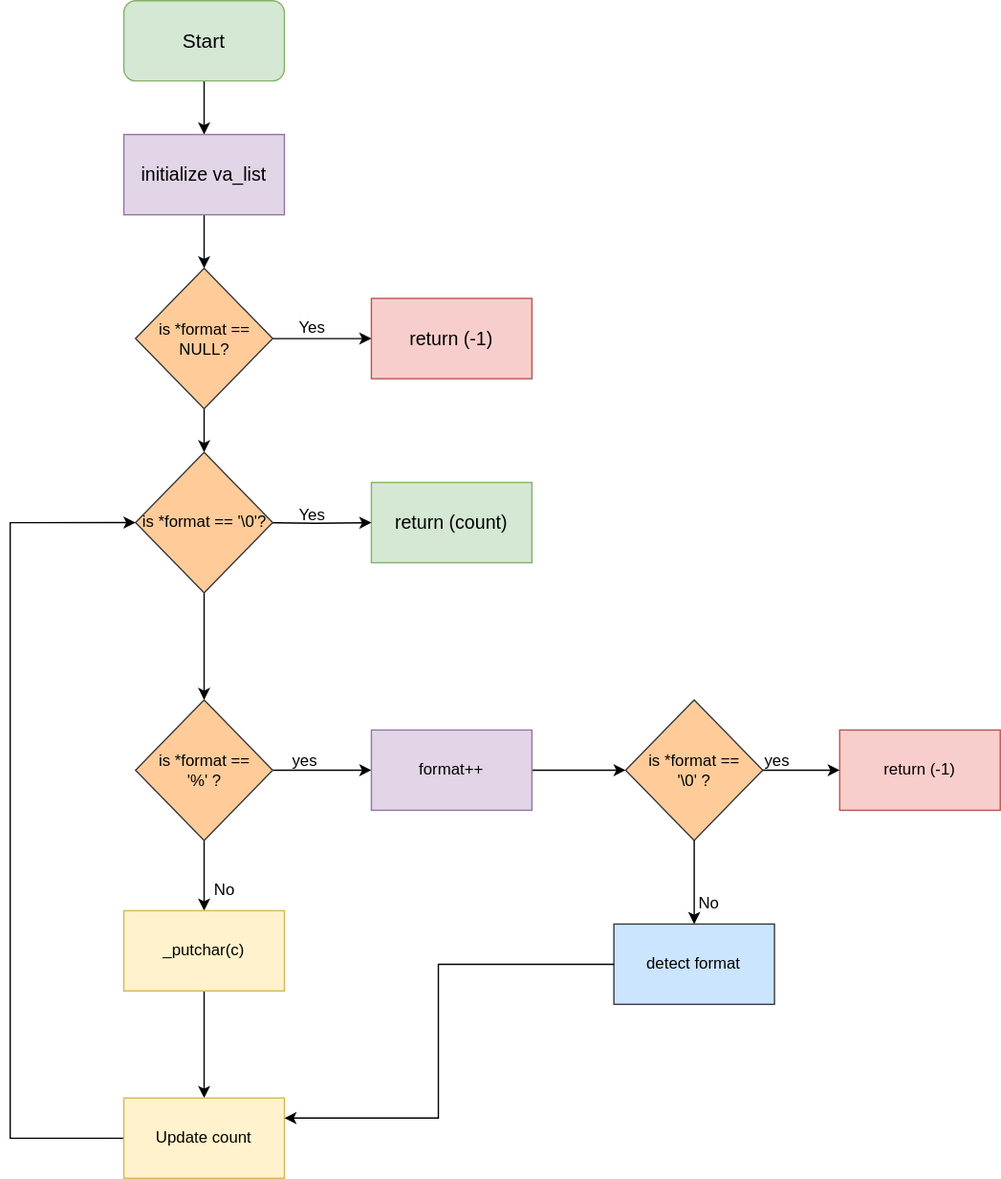
This is printf.svg from davehypercodes/printf, a draw.io export, as it was before one commit. Source tidied: cells renumbered, new cells last; positions are measured from the earlier drawing's top-left corner, leaving out a move shared by most shapes.
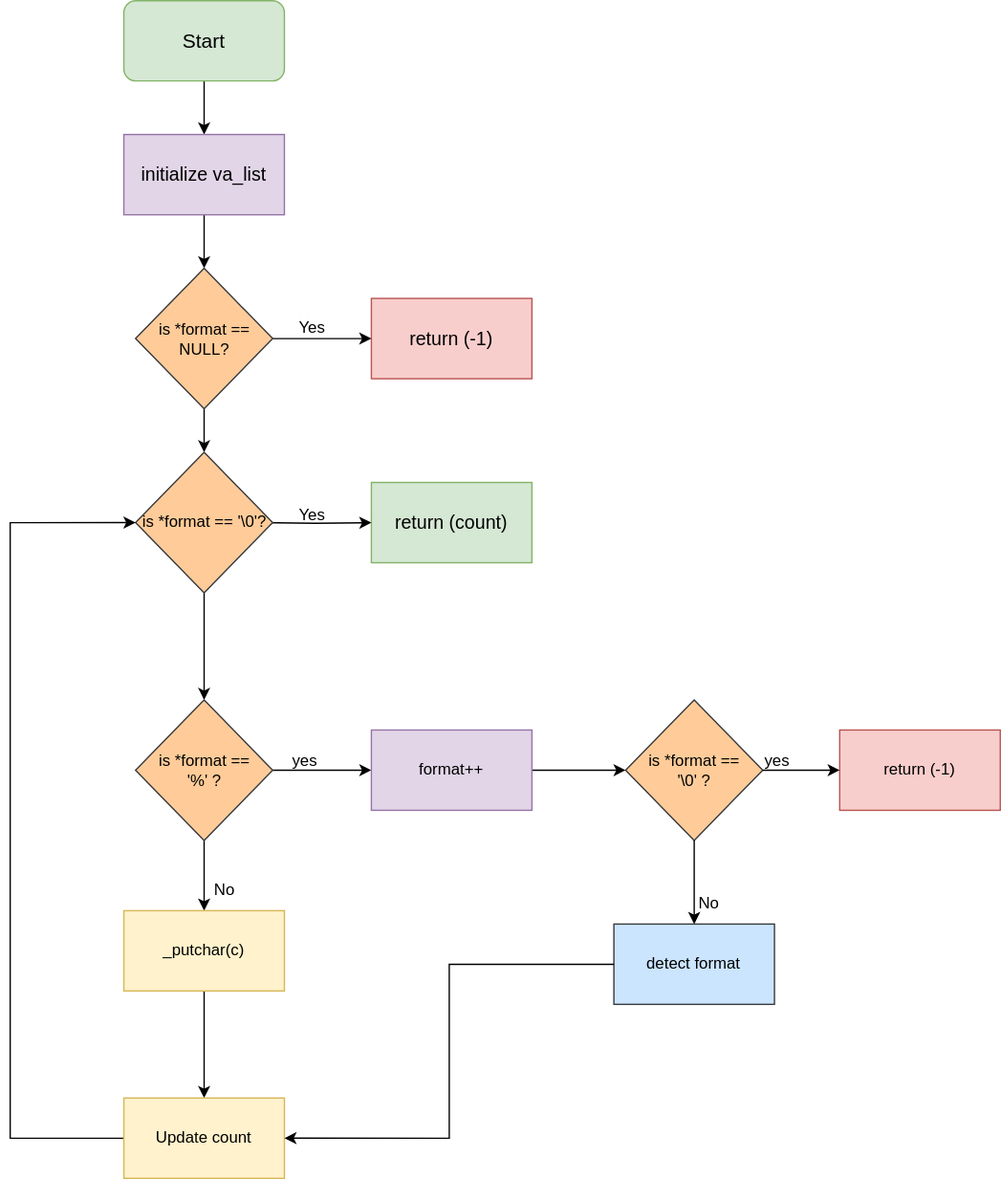
The same file after the commit.

What changed in the source:
```diff
@@ -108,13 +108,8 @@
     <mxCell id="34" value="yes" style="text;html=1;align=center;verticalAlign=middle;strokeColor=none;fillColor=none;" parent="1" vertex="1">
       <mxGeometry x="200" y="552.5" width="40" height="30" as="geometry" />
     </mxCell>
-    <mxCell id="35" style="edgeStyle=orthogonalEdgeStyle;rounded=0;jettySize=auto;html=1;entryX=1;entryY=0.25;entryDx=0;entryDy=0;" parent="1" edge="1" source="29" target="23">
-      <mxGeometry relative="1" as="geometry">
-        <Array as="points">
-          <mxPoint x="320" y="720" />
-          <mxPoint x="320" y="835" />
-        </Array>
-      </mxGeometry>
+    <mxCell id="35" style="edgeStyle=orthogonalEdgeStyle;rounded=0;jettySize=auto;html=1;entryX=1;entryY=0.5;entryDx=0;entryDy=0;" parent="1" edge="1" source="29" target="23">
+      <mxGeometry relative="1" as="geometry" />
     </mxCell>
   </root>
 </mxGraphModel>
```
